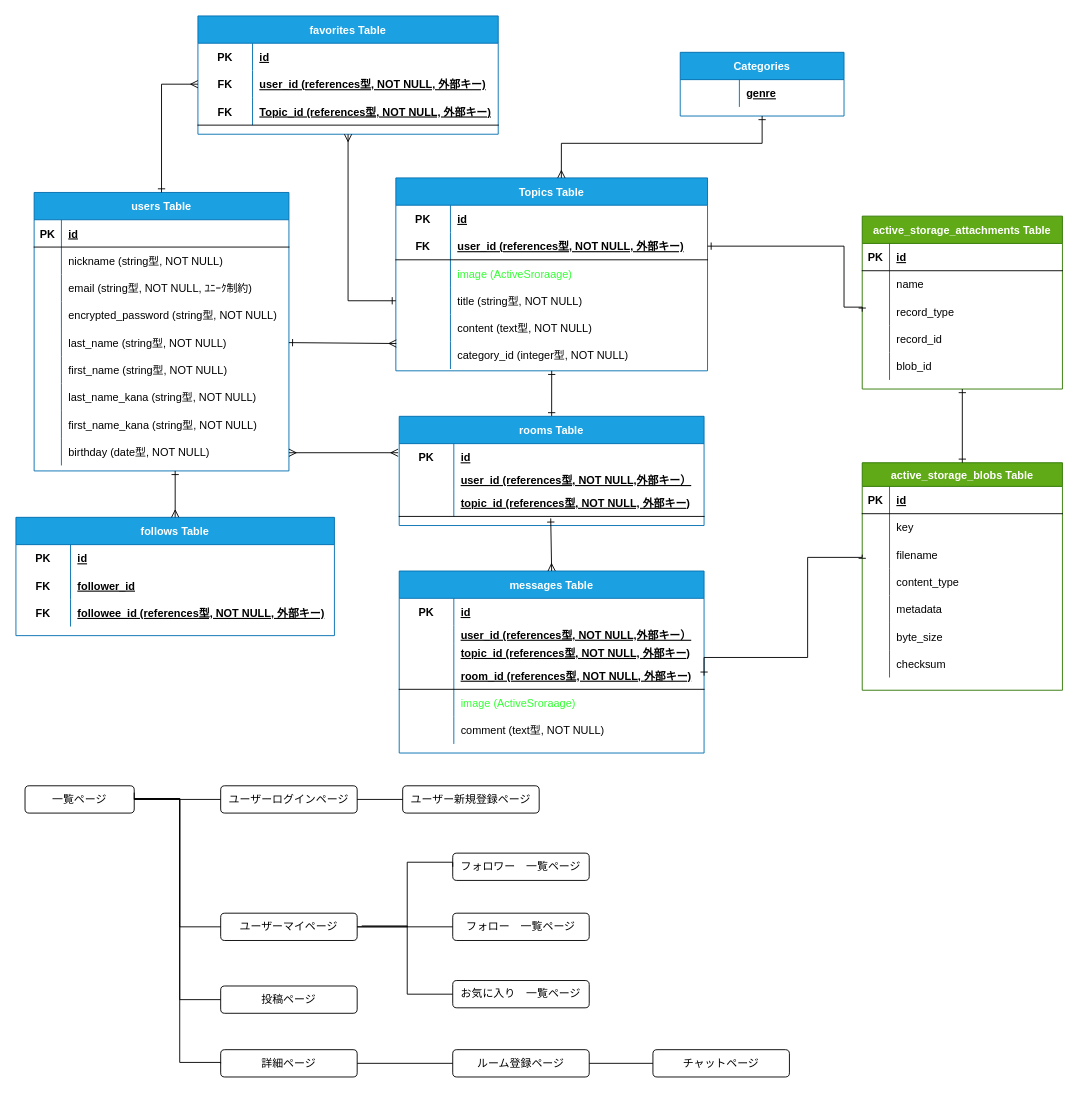
Earlier version of the draw.io diagram nichetalk-ER.dio (kumapachi/nichetalk). Source tidied: cells renumbered, new cells numbered last; positions are measured from the earlier drawing's top-left corner, leaving out a move shared by most shapes. Both pictures are drawn from the tidied source at 91%, with x=0, y=0 at pixel (15, 15).
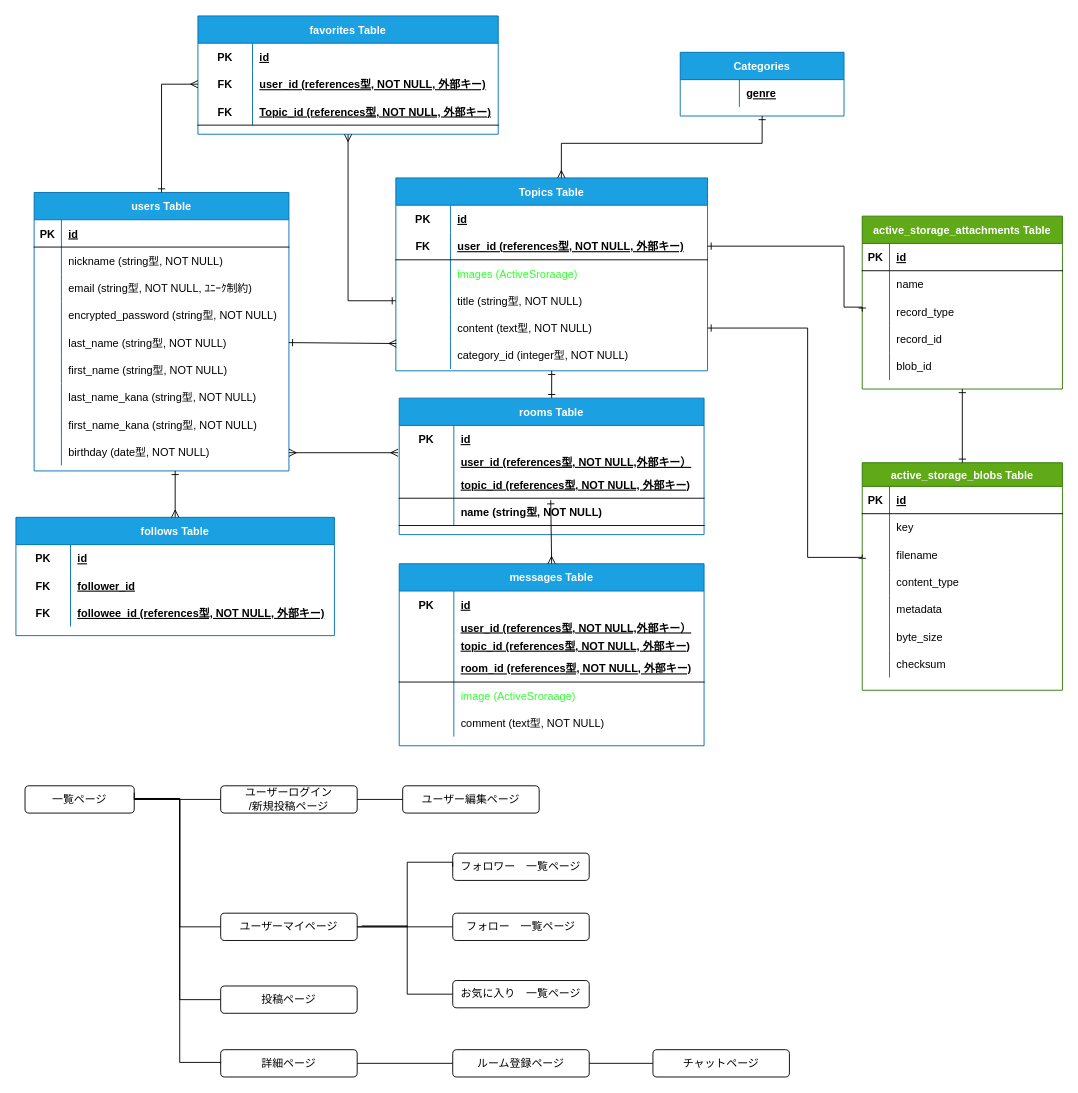
The same page after the edit.

Unchanged cells that the change refers to:
```xml
<mxCell id="37" style="shape=partialRectangle;fillColor=none;top=0;left=0;bottom=0;right=0;" parent="30" vertex="1">
  <mxGeometry y="90" width="342.5" height="30" as="geometry" />
</mxCell>
<mxCell id="43" style="shape=partialRectangle;fillColor=none;top=0;left=0;bottom=0;right=0;points=[[0,0.5],[1,0.5]];portConstraint=eastwest;" parent="30" vertex="1">
  <mxGeometry y="150" width="342.5" height="30" as="geometry" />
</mxCell>
<mxCell id="69" style="shape=partialRectangle;fillColor=none;top=0;left=0;bottom=1;right=0;points=[[0,0.5],[1,0.5]];portConstraint=eastwest;spacing=2;" parent="59" vertex="1">
  <mxGeometry y="100" width="335" height="30" as="geometry" />
</mxCell>
<mxCell id="104" style="shape=partialRectangle;fillColor=none;top=0;left=0;bottom=0;right=0;points=[[0,0.5],[1,0.5]];portConstraint=eastwest;" parent="97" vertex="1">
  <mxGeometry y="86" width="220" height="30" as="geometry" />
</mxCell>
```

What changed in the source:
```diff
@@
-    <mxCell id="39" value="image (ActiveSroraage)" style="shape=partialRectangle;fillColor=none;top=0;left=0;bottom=0;right=0;align=left;spacingLeft=6;overflow=hidden;fontColor=#33FF33;" parent="37" vertex="1">
+    <mxCell id="39" value="images (ActiveSroraage)" style="shape=partialRectangle;fillColor=none;top=0;left=0;bottom=0;right=0;align=left;spacingLeft=6;overflow=hidden;fontColor=#33FF33;" parent="37" vertex="1">
       <mxGeometry x="60" width="282.5" height="30" as="geometry" />
     </mxCell>
@@
     <mxCell id="59" value="messages Table" style="shape=table;startSize=30;childLayout=tableLayout;rowLines=0;fontStyle=1;align=center;fillColor=#1ba1e2;fontColor=#ffffff;strokeColor=#006EAF;" parent="1" vertex="1">
-      <mxGeometry x="421.2" y="610" width="335" height="200" as="geometry" />
+      <mxGeometry x="421.2" y="602" width="335" height="200" as="geometry" />
     </mxCell>
@@
-    <mxCell id="120" style="endArrow=ERone;html=1;rounded=0;edgeStyle=orthogonalEdgeStyle;startArrow=ERone;startFill=0;endFill=0;entryX=0;entryY=0.5;entryDx=0;entryDy=0;exitX=1;exitY=0.5;exitDx=0;exitDy=0;" parent="1" edge="1" source="69" target="104">
+    <mxCell id="120" style="endArrow=ERone;html=1;rounded=0;edgeStyle=orthogonalEdgeStyle;startArrow=ERone;startFill=0;endFill=0;entryX=0;entryY=0.5;entryDx=0;entryDy=0;exitX=1;exitY=0.5;exitDx=0;exitDy=0;" parent="1" edge="1" source="43" target="104">
       <mxGeometry relative="1" as="geometry">
         <Array as="points">
-          <mxPoint x="870" y="705" />
+          <mxPoint x="870" y="343" />
           <mxPoint x="870" y="595" />
           <mxPoint x="930" y="595" />
         </Array>
       </mxGeometry>
     </mxCell>
@@
-    <mxCell id="141" value="ユーザーログインページ" style="rounded=1;whiteSpace=wrap;html=1;" parent="1" vertex="1">
+    <mxCell id="141" value="ユーザーログイン&lt;br&gt;/新規投稿ページ" style="rounded=1;whiteSpace=wrap;html=1;" parent="1" vertex="1">
       <mxGeometry x="225" y="846" width="150" height="30" as="geometry" />
     </mxCell>
-    <mxCell id="142" value="ユーザー新規登録ページ" style="rounded=1;whiteSpace=wrap;html=1;" parent="1" vertex="1">
+    <mxCell id="142" value="ユーザー編集ページ" style="rounded=1;whiteSpace=wrap;html=1;" parent="1" vertex="1">
       <mxGeometry x="425" y="846" width="150" height="30" as="geometry" />
     </mxCell>
@@
     <mxCell id="157" value="rooms Table" style="shape=table;startSize=30;childLayout=tableLayout;rowLines=0;fontStyle=1;align=center;fillColor=#1ba1e2;fontColor=#ffffff;strokeColor=#006EAF;" parent="1" vertex="1">
-      <mxGeometry x="421.2" y="440" width="335" height="120" as="geometry" />
+      <mxGeometry x="421.2" y="420" width="335" height="150" as="geometry" />
     </mxCell>
@@
+    <mxCell id="172" style="shape=partialRectangle;fillColor=none;top=0;left=0;bottom=1;right=0;spacing=2;" parent="157" vertex="1">
+      <mxGeometry y="110" width="335" height="30" as="geometry" />
+    </mxCell>
+    <mxCell id="173" style="shape=partialRectangle;fillColor=none;top=0;left=0;bottom=0;right=0;fontStyle=1;overflow=hidden;fontColor=none;noLabel=1;" parent="172" vertex="1">
+      <mxGeometry width="60" height="30" as="geometry" />
+    </mxCell>
+    <mxCell id="174" value="name (string型, NOT NULL)" style="shape=partialRectangle;fillColor=none;top=0;left=0;bottom=0;right=0;align=left;spacingLeft=6;fontStyle=1;overflow=hidden;" parent="172" vertex="1">
+      <mxGeometry x="60" width="275" height="30" as="geometry" />
+    </mxCell>
```
